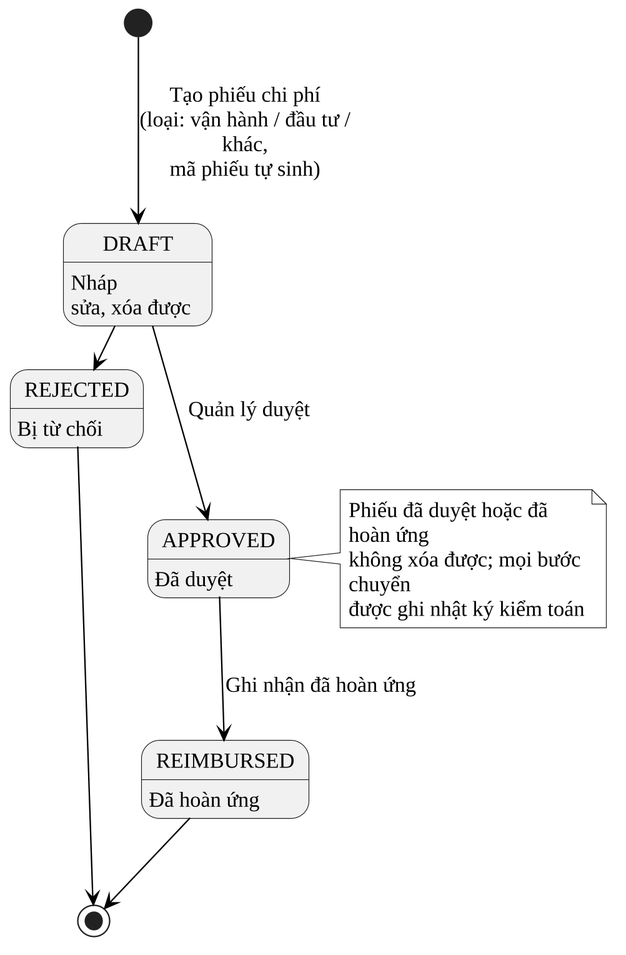
Before: docs/10_Thesis/bao-cao/hinh/3-29-trang-thai-chi-phi.png, a diagram exported from PlantUML (Trantuan0310/dental-clinic-nestjs-react). Its diagram source:
```plantuml
@startuml
!include _kieu.iuml
hide empty description
DRAFT : Nháp
DRAFT : sửa, xóa được
APPROVED : Đã duyệt
REJECTED : Bị từ chối
REIMBURSED : Đã hoàn ứng
[*] -down-> DRAFT : Tạo phiếu chi phí\n(loại: vận hành / đầu tư / khác,\nmã phiếu tự sinh)
DRAFT -down-> APPROVED : Quản lý duyệt
DRAFT -right-> REJECTED : Từ chối (có lý do)
APPROVED -down-> REIMBURSED : Ghi nhận đã hoàn ứng
REJECTED -down-> [*]
REIMBURSED -down-> [*]
note right of APPROVED
  Phiếu đã duyệt hoặc đã hoàn ứng
  không xóa được; mọi bước chuyển
  được ghi nhật ký kiểm toán
end note
@enduml
```
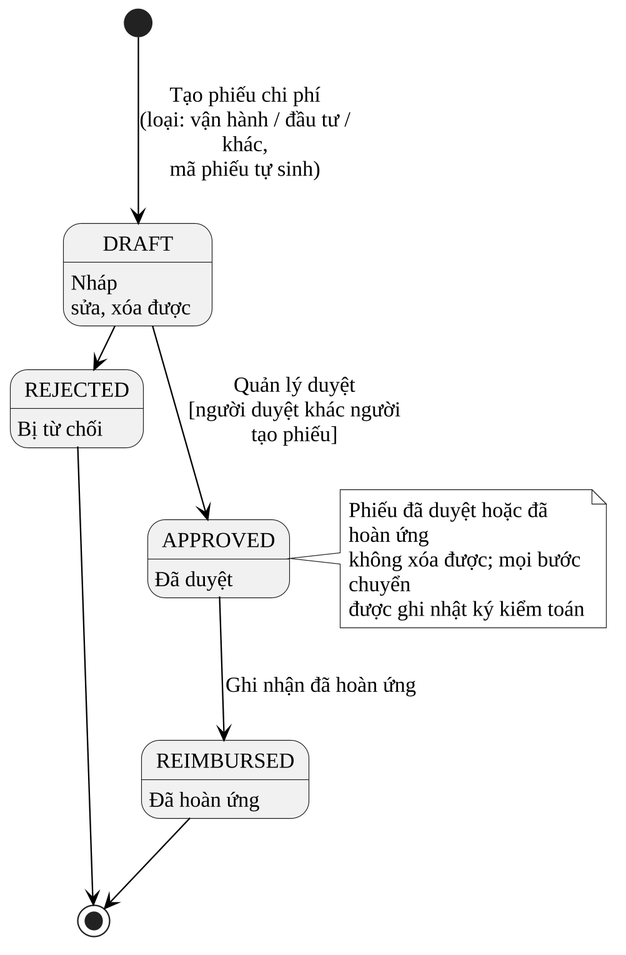
Above is the later version.

The edit, as a diff of the source:
```diff
@@ -7,7 +7,7 @@
 REJECTED : Bị từ chối
 REIMBURSED : Đã hoàn ứng
 [*] -down-> DRAFT : Tạo phiếu chi phí\n(loại: vận hành / đầu tư / khác,\nmã phiếu tự sinh)
-DRAFT -down-> APPROVED : Quản lý duyệt
+DRAFT -down-> APPROVED : Quản lý duyệt\n[người duyệt khác người tạo phiếu]
 DRAFT -right-> REJECTED : Từ chối (có lý do)
 APPROVED -down-> REIMBURSED : Ghi nhận đã hoàn ứng
 REJECTED -down-> [*]
```
